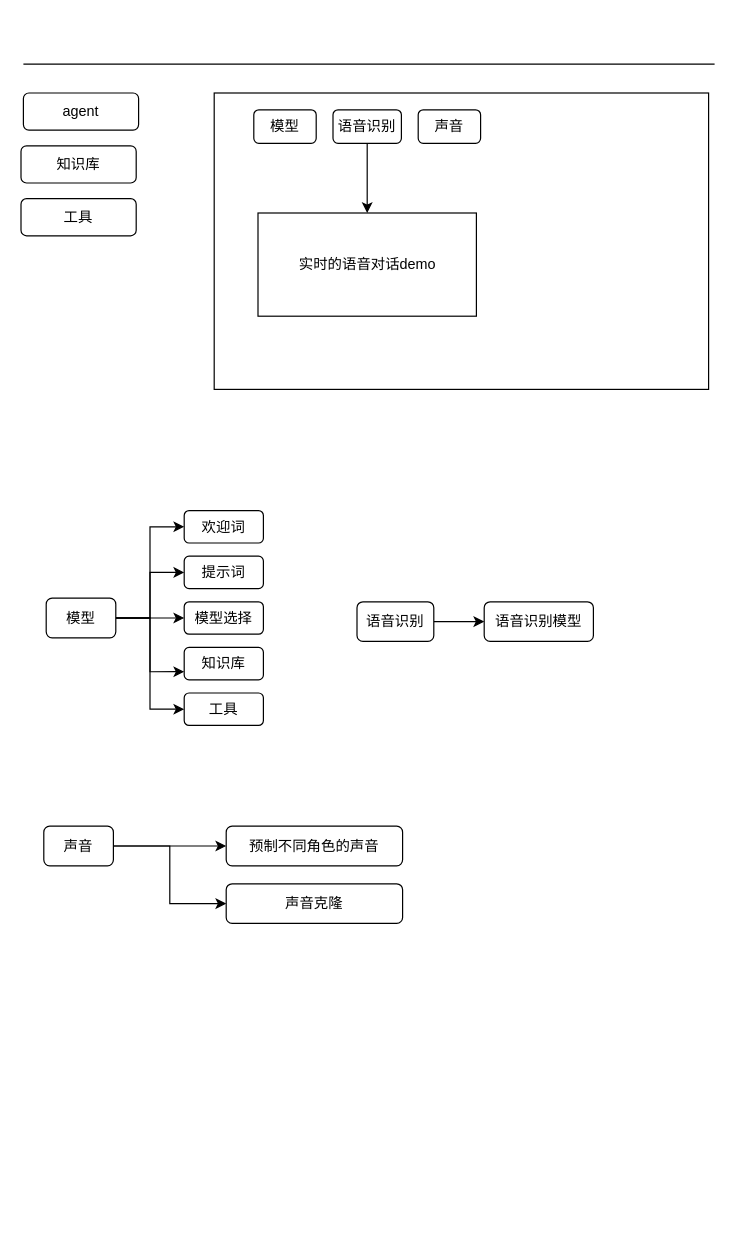
This is 产品PRD.drawio from joeylin/draw.io, a draw.io file, before an edit. Source tidied: cells renumbered, new cells numbered last; positions are measured from the earlier drawing's top-left corner, leaving out a move shared by most shapes. Both pictures are drawn from the tidied source at 120%, with x=0, y=0 at pixel (20, 64).
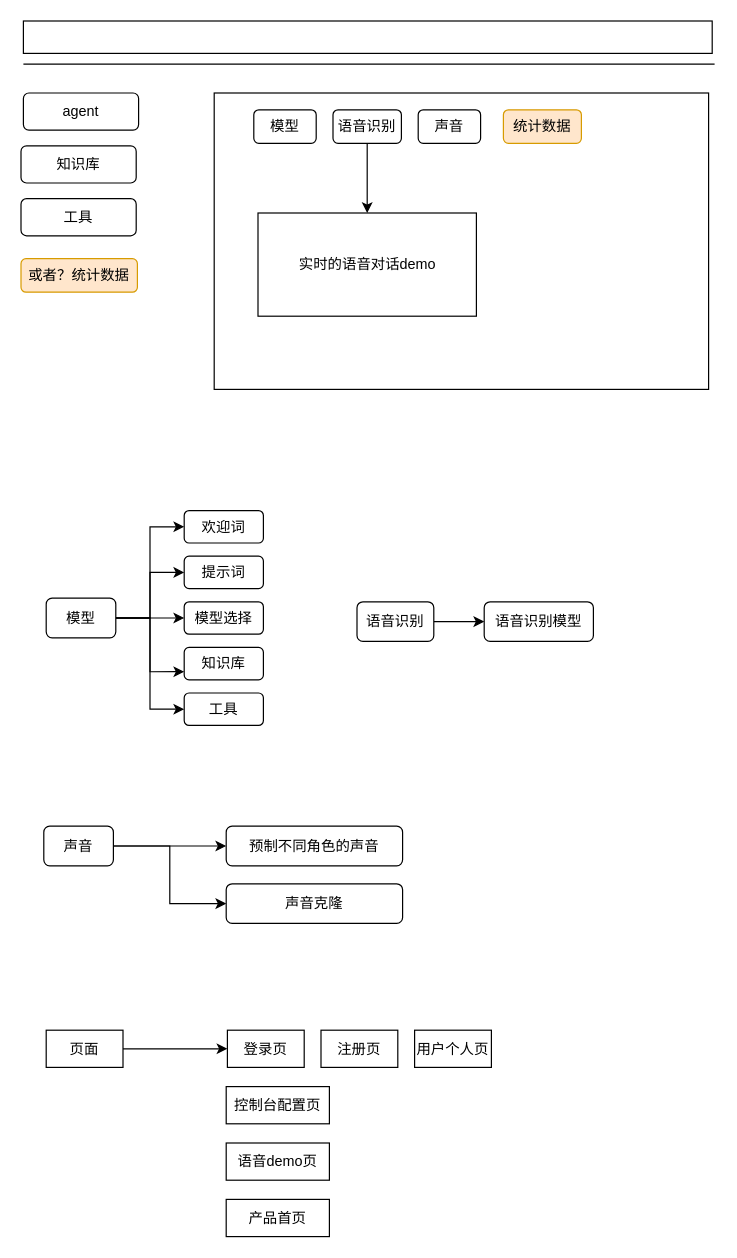
After the change.

Change to the diagram source:
```diff
@@
+    <mxCell id="31" style="rounded=0;whiteSpace=wrap;html=1;" parent="1" vertex="1">
+      <mxGeometry x="2" y="-36" width="574" height="27" as="geometry" />
+    </mxCell>
+    <mxCell id="32" style="edgeStyle=orthogonalEdgeStyle;rounded=0;jettySize=auto;html=1;" parent="1" edge="1" source="33" target="34">
+      <mxGeometry relative="1" as="geometry" />
+    </mxCell>
+    <mxCell id="33" value="页面" style="rounded=0;whiteSpace=wrap;html=1;" parent="1" vertex="1">
+      <mxGeometry x="21" y="805" width="64" height="31" as="geometry" />
+    </mxCell>
+    <mxCell id="34" value="登录页" style="rounded=0;whiteSpace=wrap;html=1;" parent="1" vertex="1">
+      <mxGeometry x="172" y="805" width="64" height="31" as="geometry" />
+    </mxCell>
+    <mxCell id="35" value="注册页" style="rounded=0;whiteSpace=wrap;html=1;" parent="1" vertex="1">
+      <mxGeometry x="250" y="805" width="64" height="31" as="geometry" />
+    </mxCell>
+    <mxCell id="36" value="统计数据" style="rounded=1;whiteSpace=wrap;html=1;fillColor=#ffe6cc;strokeColor=#d79b00;" parent="1" vertex="1">
+      <mxGeometry x="402" y="38" width="65" height="28" as="geometry" />
+    </mxCell>
+    <mxCell id="37" value="或者？统计数据" style="rounded=1;whiteSpace=wrap;html=1;fillColor=#ffe6cc;strokeColor=#d79b00;" parent="1" vertex="1">
+      <mxGeometry y="162" width="97" height="28" as="geometry" />
+    </mxCell>
+    <mxCell id="38" value="用户个人页" style="rounded=0;whiteSpace=wrap;html=1;" parent="1" vertex="1">
+      <mxGeometry x="328" y="805" width="64" height="31" as="geometry" />
+    </mxCell>
+    <mxCell id="39" value="控制台配置页" style="rounded=0;whiteSpace=wrap;html=1;" parent="1" vertex="1">
+      <mxGeometry x="171" y="852" width="86" height="31" as="geometry" />
+    </mxCell>
+    <mxCell id="40" value="语音demo页" style="rounded=0;whiteSpace=wrap;html=1;" parent="1" vertex="1">
+      <mxGeometry x="171" y="899" width="86" height="31" as="geometry" />
+    </mxCell>
+    <mxCell id="41" value="产品首页" style="rounded=0;whiteSpace=wrap;html=1;" parent="1" vertex="1">
+      <mxGeometry x="171" y="946" width="86" height="31" as="geometry" />
+    </mxCell>
```
